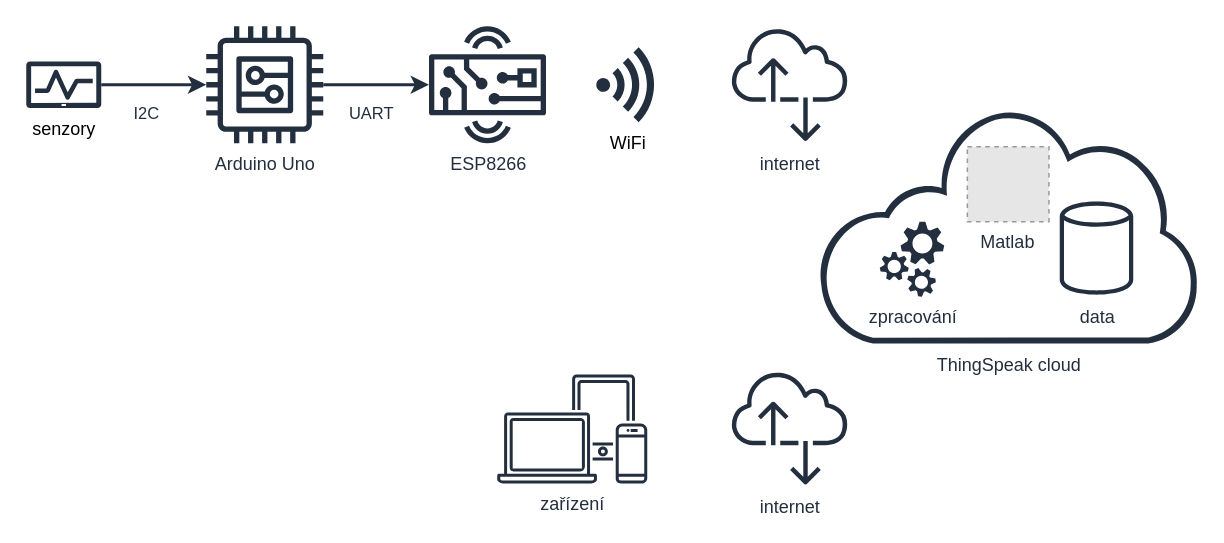
The draw.io diagram Images/block_diagram.drawio in tomas-fryza/Arduino-meteo-stanice, before the edit. Source tidied: cells renumbered, new cells numbered last; positions are measured from the earlier drawing's top-left corner, leaving out a move shared by most shapes. Both pictures are drawn from the tidied source at 150%, with x=0, y=0 at pixel (26, 26). Pictures stored in the file or linked from it are replaced by grey dashed boxes.
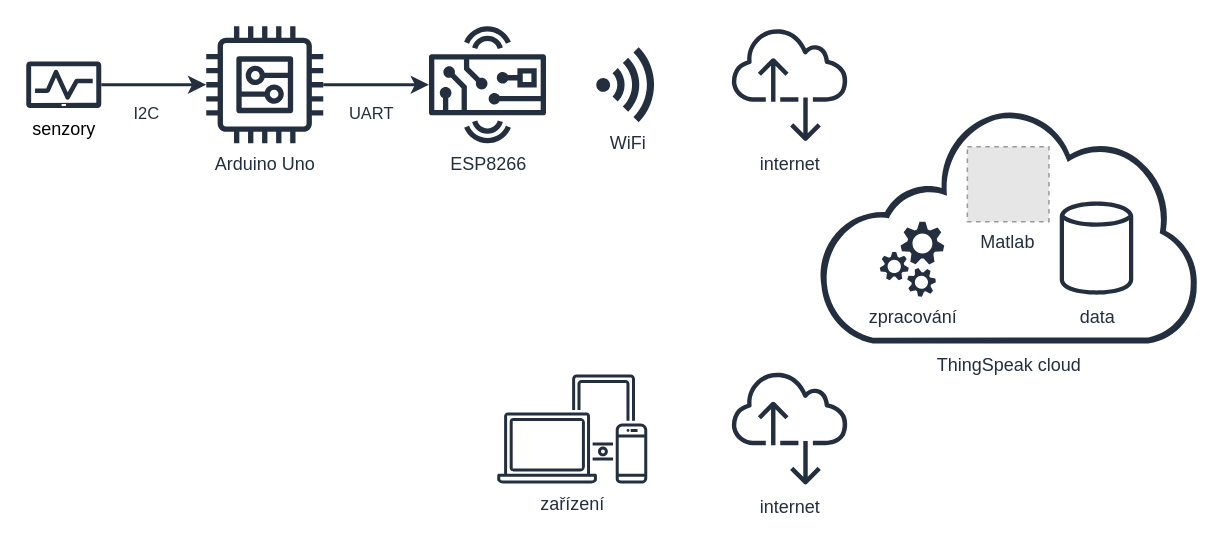
The same diagram, later.

What changed in the source:
```diff
@@
 <mxGraphModel>
   <root>
     <mxCell id="0" />
     <mxCell id="1" parent="0" />
     <mxCell id="2" value="ThingSpeak cloud" style="shadow=0;dashed=0;html=1;strokeColor=none;labelPosition=center;verticalLabelPosition=bottom;verticalAlign=top;align=center;shape=mxgraph.mscae.enterprise.internet_hollow;fontColor=#232F3E;fillColor=#232F3E;" parent="1" vertex="1">
       <mxGeometry x="528" y="54.5" width="253.2" height="157" as="geometry" />
     </mxCell>
     <mxCell id="3" value="ESP8266" style="outlineConnect=0;fontColor=#232F3E;gradientColor=none;strokeColor=none;dashed=0;verticalLabelPosition=bottom;verticalAlign=top;align=center;html=1;fontSize=12;fontStyle=0;shape=mxgraph.aws4.hardware_board;fillColor=#232F3E;" parent="1" vertex="1">
       <mxGeometry x="268.5" width="78" height="78" as="geometry" />
     </mxCell>
     <mxCell id="4" value="&lt;div&gt;UART&lt;/div&gt;" style="edgeStyle=orthogonalEdgeStyle;rounded=0;jettySize=auto;html=1;fontColor=#232F3E;strokeColor=#232F3E;strokeWidth=2;" parent="1" edge="1" source="5" target="3">
       <mxGeometry x="-0.09" y="-19" relative="1" as="geometry" />
     </mxCell>
     <mxCell id="5" value="Arduino Uno" style="outlineConnect=0;fontColor=#232F3E;gradientColor=none;strokeColor=none;dashed=0;verticalLabelPosition=bottom;verticalAlign=top;align=center;html=1;fontSize=12;fontStyle=0;shape=mxgraph.aws4.generic;fillColor=#232F3E;" parent="1" vertex="1">
       <mxGeometry x="120" width="78" height="78" as="geometry" />
     </mxCell>
     <mxCell id="6" value="data" style="fontColor=#232F3E;gradientColor=none;fillColor=#232F3E;strokeColor=none;dashed=0;verticalLabelPosition=bottom;verticalAlign=top;align=center;html=1;fontSize=12;fontStyle=0;shape=mxgraph.aws4.generic_database;" parent="1" vertex="1">
       <mxGeometry x="689" y="115.5" width="49" height="64.8" as="geometry" />
     </mxCell>
     <mxCell id="7" value="internet" style="gradientColor=none;fillColor=#232F3E;strokeColor=none;dashed=0;verticalLabelPosition=bottom;verticalAlign=top;align=center;html=1;fontSize=12;fontStyle=0;shape=mxgraph.aws4.internet_alt2;fontColor=#232F3E;" parent="1" vertex="1">
       <mxGeometry x="470" width="78" height="78" as="geometry" />
     </mxCell>
     <mxCell id="8" value="&lt;div&gt;zařízení&lt;/div&gt;" style="gradientColor=none;strokeColor=none;dashed=0;verticalLabelPosition=bottom;verticalAlign=top;align=center;html=1;fontSize=12;fontStyle=0;shape=mxgraph.aws4.illustration_devices;fontColor=#232F3E;fillColor=#232F3E;" parent="1" vertex="1">
       <mxGeometry x="314" y="232" width="100" height="73" as="geometry" />
     </mxCell>
-    <mxCell id="9" value="WiFi" style="shadow=0;dashed=0;html=1;strokeColor=none;labelPosition=center;verticalLabelPosition=bottom;verticalAlign=top;align=center;shape=mxgraph.mscae.enterprise.wireless_connection;fillColor=#232F3E;" parent="1" vertex="1">
+    <mxCell id="9" value="WiFi" style="shadow=0;dashed=0;html=1;strokeColor=none;labelPosition=center;verticalLabelPosition=bottom;verticalAlign=top;align=center;shape=mxgraph.mscae.enterprise.wireless_connection;fillColor=#232F3E;fontColor=#232F3E;" parent="1" vertex="1">
       <mxGeometry x="380" y="14" width="42" height="50" as="geometry" />
     </mxCell>
     <mxCell id="10" value="I2C" style="edgeStyle=orthogonalEdgeStyle;rounded=0;jettySize=auto;html=1;fontColor=#232F3E;strokeWidth=2;strokeColor=#232F3E;" parent="1" edge="1" source="11" target="5">
       <mxGeometry x="-0.14" y="-19" relative="1" as="geometry" />
     </mxCell>
     <mxCell id="11" value="senzory" style="shadow=0;dashed=0;html=1;strokeColor=none;labelPosition=center;verticalLabelPosition=bottom;verticalAlign=top;align=center;shape=mxgraph.mscae.intune.device_health;fillColor=#232F3E;" parent="1" vertex="1">
       <mxGeometry y="23.5" width="50" height="31" as="geometry" />
     </mxCell>
     <mxCell id="12" value="internet" style="fontColor=#232F3E;gradientColor=none;fillColor=#232F3E;strokeColor=none;dashed=0;verticalLabelPosition=bottom;verticalAlign=top;align=center;html=1;fontSize=12;fontStyle=0;shape=mxgraph.aws4.internet_alt2;" parent="1" vertex="1">
       <mxGeometry x="470" y="229" width="78" height="78" as="geometry" />
     </mxCell>
     <mxCell id="13" value="zpracování" style="verticalLabelPosition=bottom;html=1;strokeColor=none;verticalAlign=top;align=center;shape=mxgraph.cisco_safe.technology_icons.icon21;fontColor=#232F3E;fillColor=#232F3E;" parent="1" vertex="1">
       <mxGeometry x="569" y="130.3" width="43" height="50" as="geometry" />
     </mxCell>
     <mxCell id="14" value="Matlab" style="fillColor=#E6E6E6;strokeColor=#999999;dashed=1;verticalLabelPosition=bottom;labelBackgroundColor=#ffffff;verticalAlign=top;fontColor=#232F3E;" parent="1" vertex="1">
       <mxGeometry x="627.4" y="80.3" width="54.4" height="50" as="geometry" />
     </mxCell>
   </root>
 </mxGraphModel>
```
